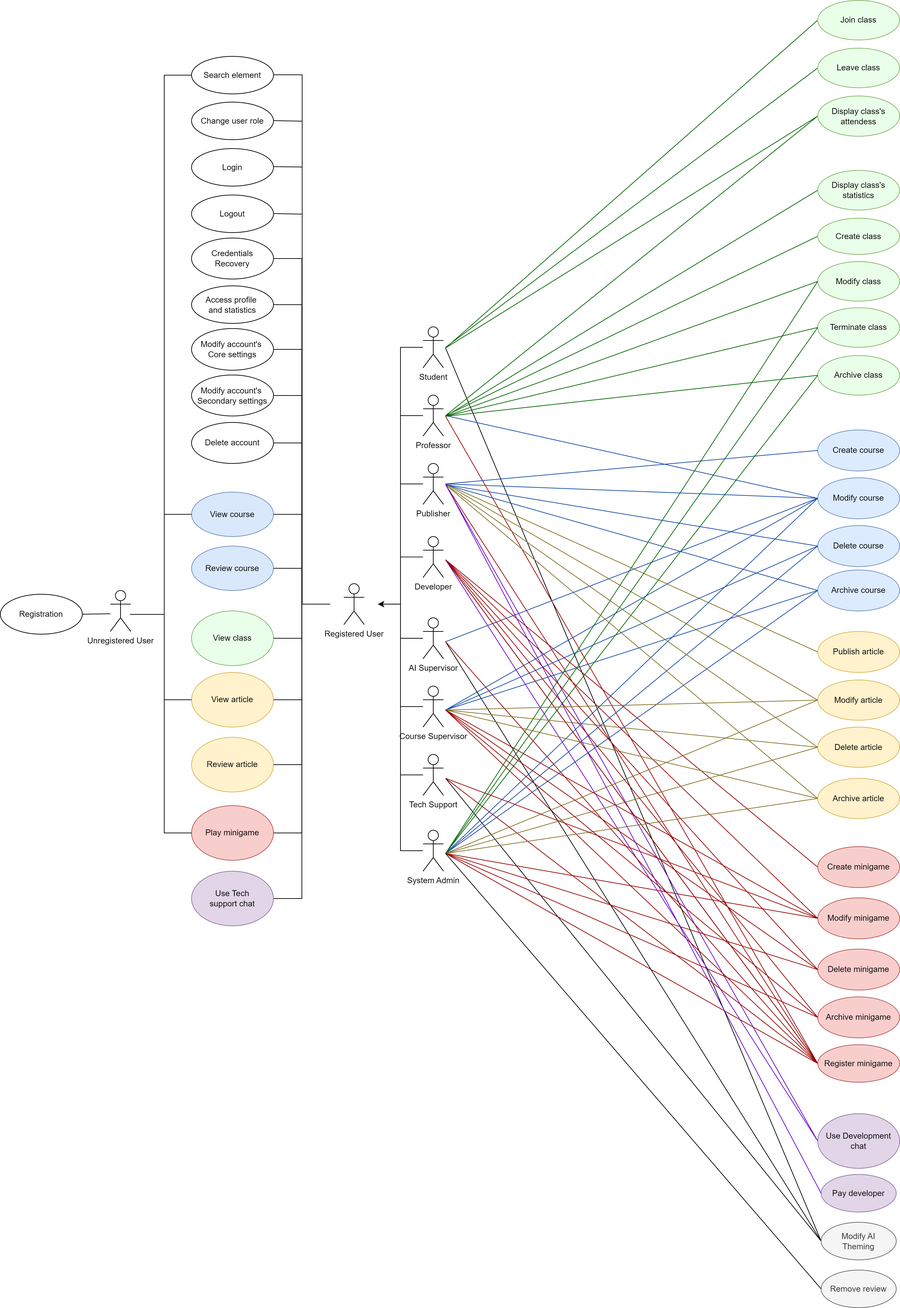
Above: deliverables/D1/images/usecase-diagram.png in anhtuduong/RadiantIQ-test (draw.io), before the change. Source tidied: cells renumbered, new cells last; positions are measured from the earlier drawing's top-left corner, leaving out a move shared by most shapes.
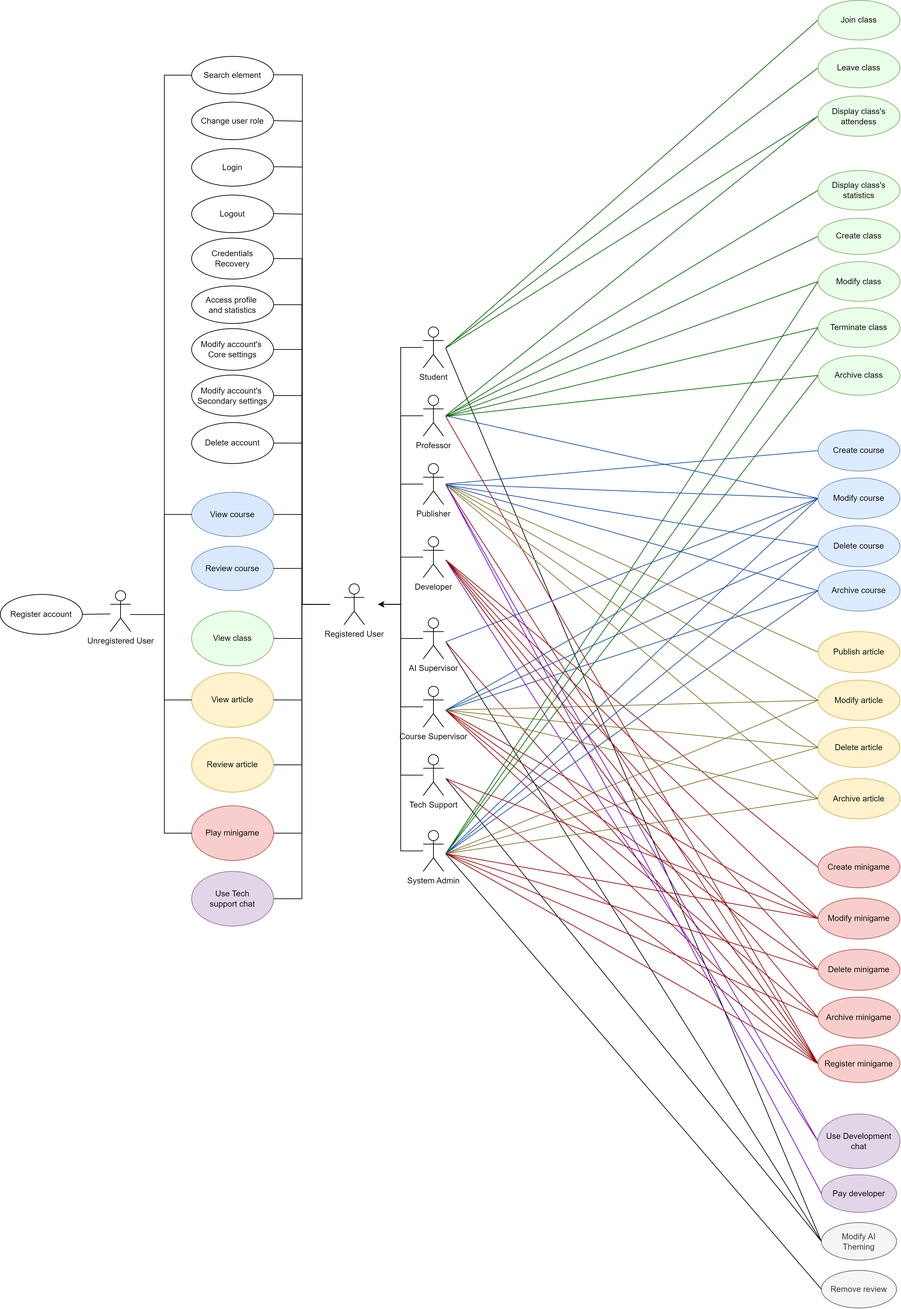
After the commit.

Commit message:
fix: registration UC name clarified

Change to the diagram source:
```diff
@@ -10,7 +10,7 @@
     <mxCell id="3" value="Unr&lt;span style=&quot;background-color: initial; color: rgb(0, 0, 0); --darkreader-inline-bgcolor: initial; --darkreader-inline-color: #181a1b;&quot;&gt;egistered User&lt;/span&gt;" style="shape=umlActor;verticalLabelPosition=bottom;verticalAlign=top;html=1;outlineConnect=0;" parent="1" vertex="1">
       <mxGeometry x="161" y="864" width="30" height="60" as="geometry" />
     </mxCell>
-    <mxCell id="4" value="Registration" style="ellipse;whiteSpace=wrap;html=1;" parent="1" vertex="1">
+    <mxCell id="4" value="Register account" style="ellipse;whiteSpace=wrap;html=1;" parent="1" vertex="1">
       <mxGeometry y="869.5" width="120" height="58.5" as="geometry" />
     </mxCell>
     <mxCell id="5" style="rounded=0;jettySize=auto;html=1;entryX=1;entryY=0.5;entryDx=0;entryDy=0;edgeStyle=orthogonalEdgeStyle;" parent="1" edge="1" source="10" target="51">
```
